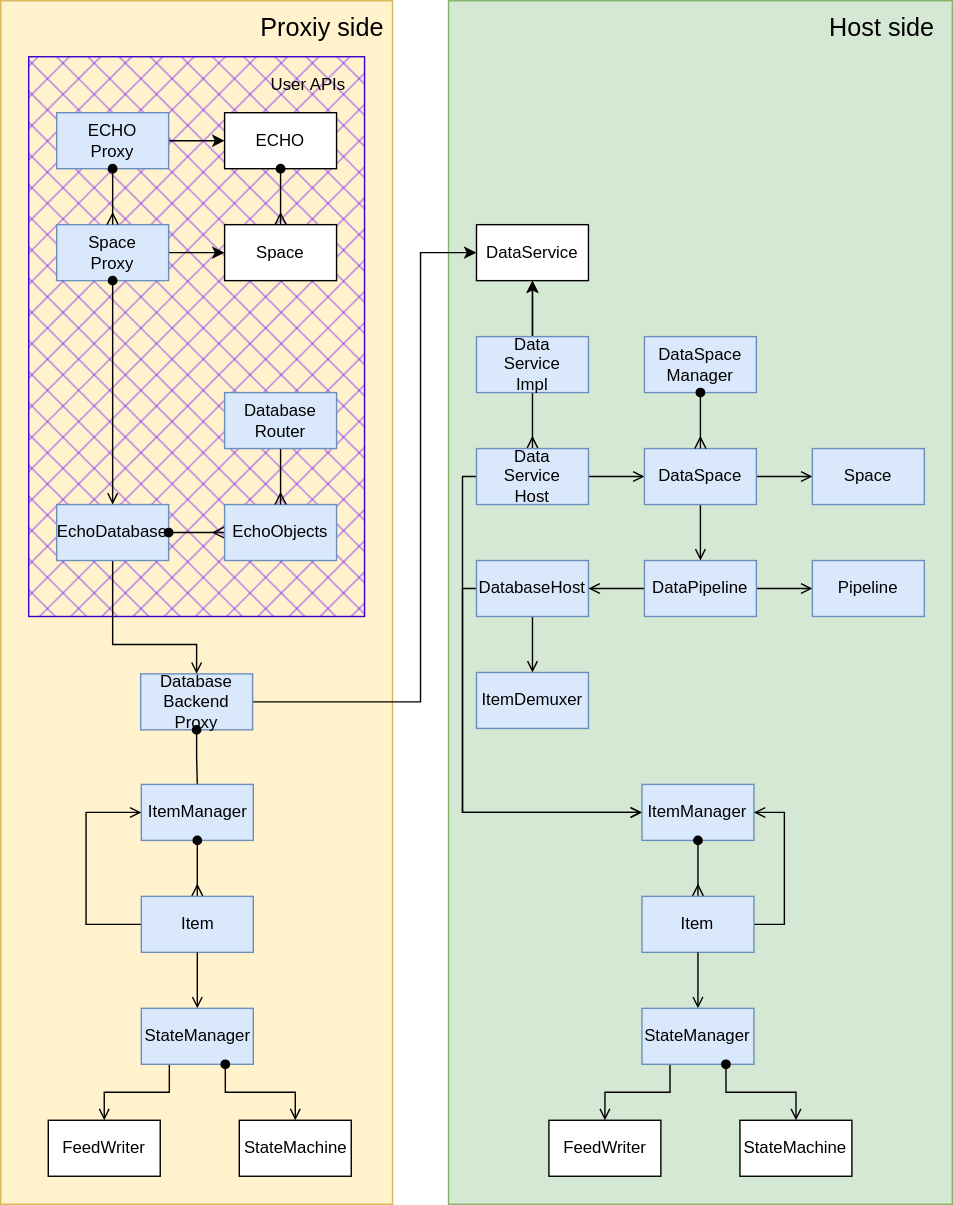
This is docs/design/diagrams/echo-architecture.drawio.svg from dxos/dxos, a draw.io export, as it was before one commit. Source tidied: cells renumbered, new cells last; positions are measured from the earlier drawing's top-left corner, leaving out a move shared by most shapes.
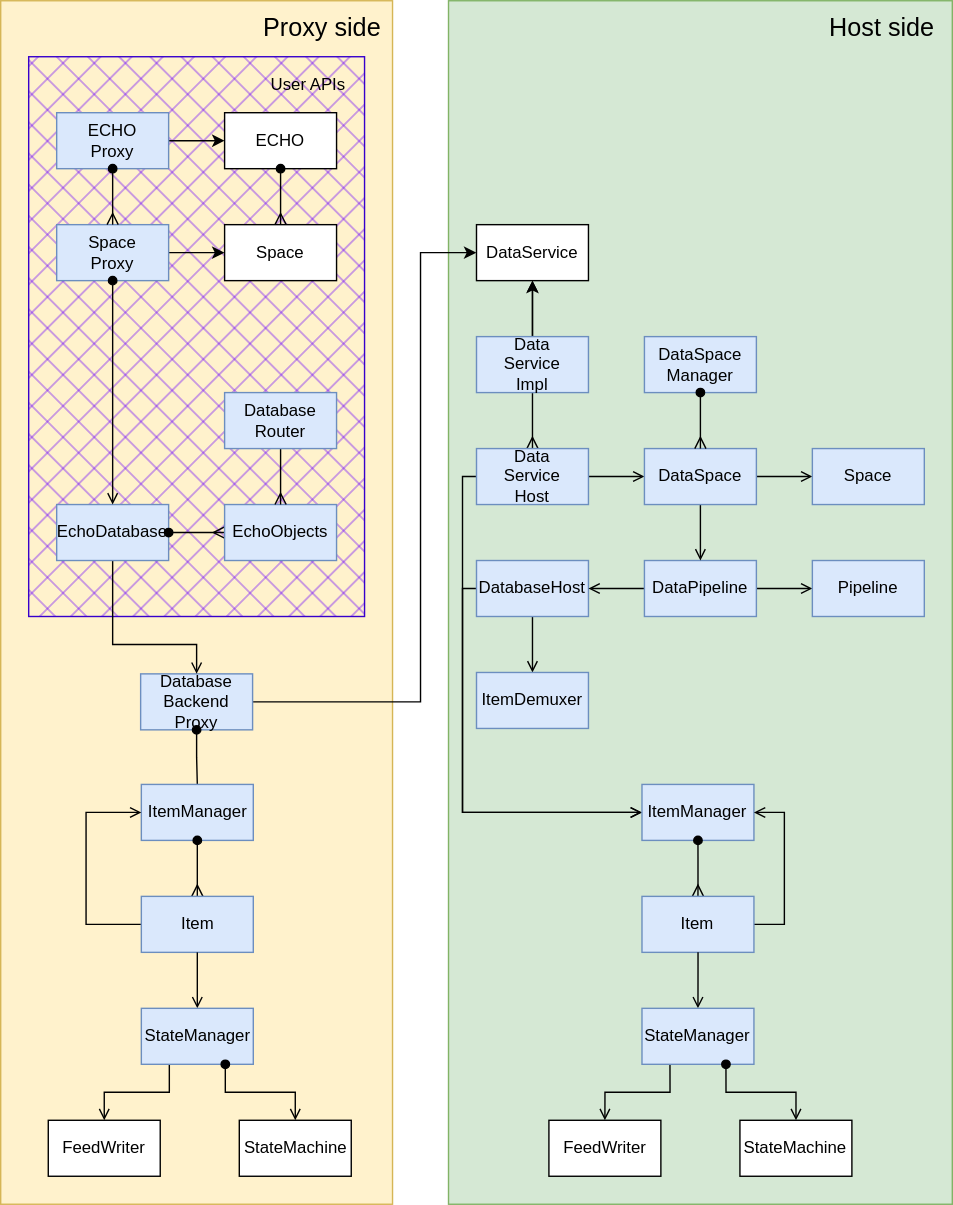
Above is the later version.

Diff of the diagram source:
```diff
@@ -197,7 +197,7 @@
     <mxCell id="55" value="Pipeline" style="whiteSpace=wrap;html=1;fillColor=#dae8fc;strokeColor=#6c8ebf;" parent="1" vertex="1">
       <mxGeometry x="580" y="400" width="80" height="40" as="geometry" />
     </mxCell>
-    <mxCell id="56" value="&lt;font style=&quot;font-size: 18px;&quot;&gt;Proxiy side&lt;/font&gt;" style="text;strokeColor=none;align=center;fillColor=none;html=1;verticalAlign=middle;whiteSpace=wrap;rounded=0;fontFamily=Helvetica;fontSize=12;fontColor=default;" parent="1" vertex="1">
+    <mxCell id="56" value="&lt;font style=&quot;font-size: 18px;&quot;&gt;Proxy side&lt;/font&gt;" style="text;strokeColor=none;align=center;fillColor=none;html=1;verticalAlign=middle;whiteSpace=wrap;rounded=0;fontFamily=Helvetica;fontSize=12;fontColor=default;" parent="1" vertex="1">
       <mxGeometry x="180" width="100" height="40" as="geometry" />
     </mxCell>
     <mxCell id="57" value="&lt;font style=&quot;font-size: 18px;&quot;&gt;Host side&lt;/font&gt;" style="text;strokeColor=none;align=center;fillColor=none;html=1;verticalAlign=middle;whiteSpace=wrap;rounded=0;fontFamily=Helvetica;fontSize=12;fontColor=default;" parent="1" vertex="1">
```
